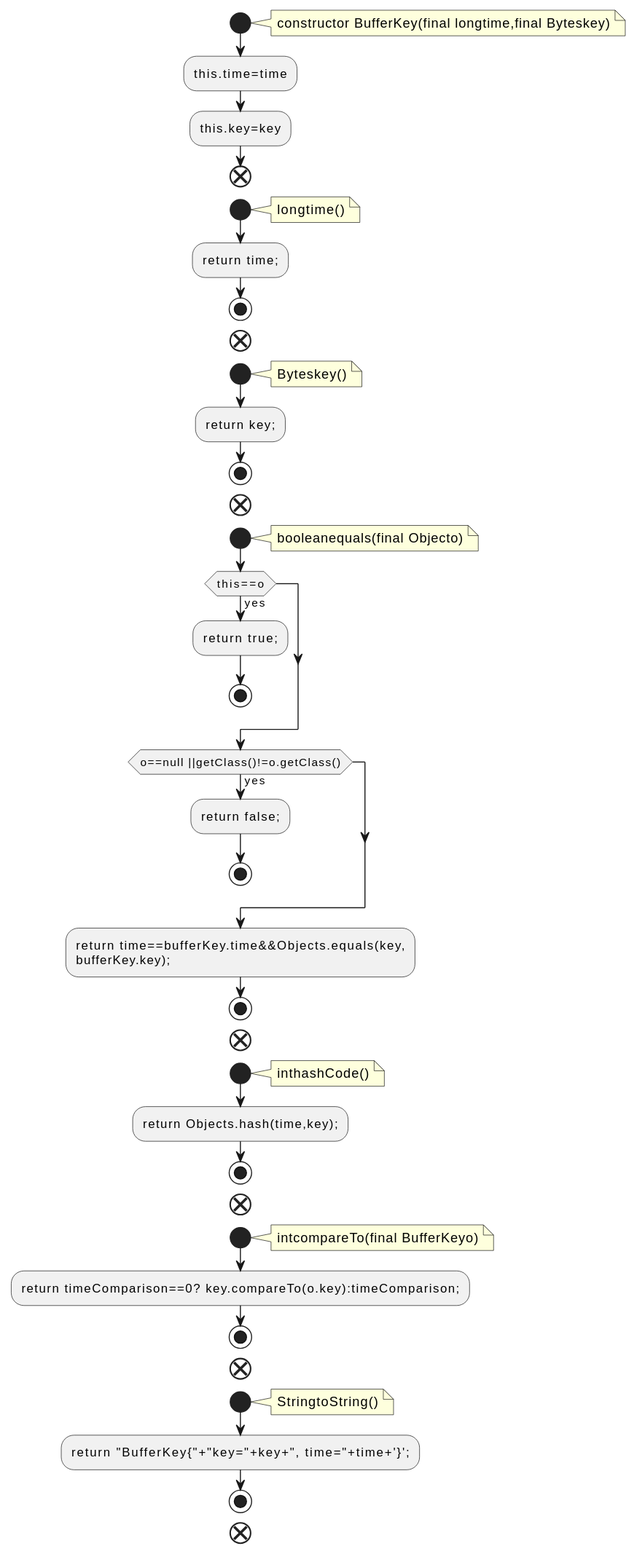
Earlier version of the PlantUML export docs/qc/streams/src/main/java/org/apache/kafka/streams/state/internals/BufferKey.java.fct.svg (qualitesys/kafka).
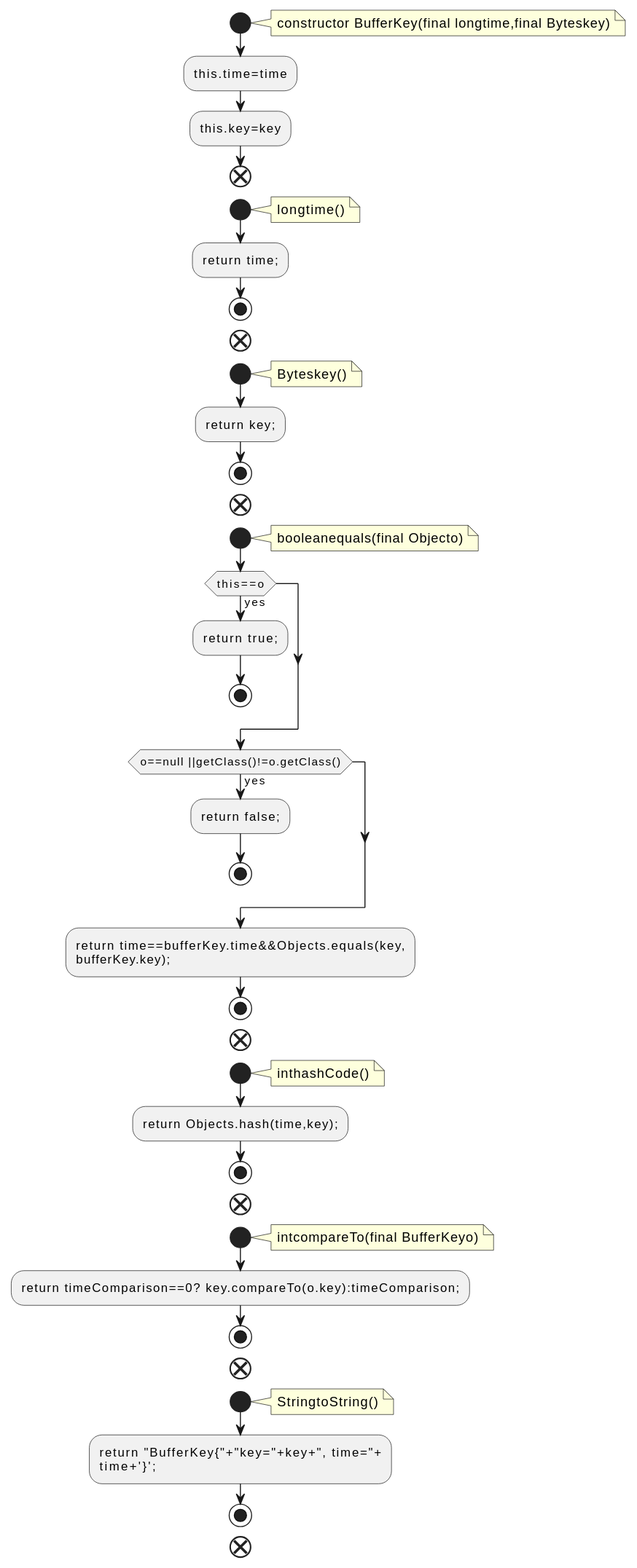
Above is the later version.

What changed in the source:
```diff
@@ -55,7 +55,8 @@
 note right
 StringtoString()
 end note
-:return "BufferKey{"+"key="+key+", time="+time+'}';;
+:return "BufferKey{"+"key="+key+", time="+
+time+'}';;
 stop
 end
 @enduml
```
